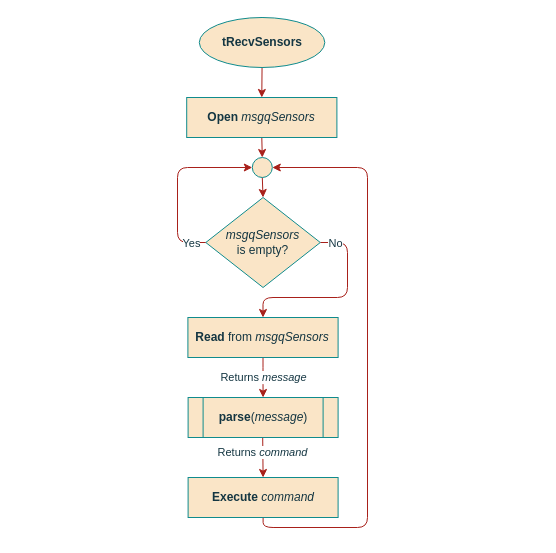
Above: page "tRecvSensors" (5 of 7) of documentation/flowcharts/02Classes/CLocalSystem.drawio in ESRGgroup9/slipad (draw.io), before the change. Source tidied: cells renumbered, new cells numbered last; positions are measured from the earlier drawing's top-left corner, leaving out a move shared by most shapes. Both pictures are drawn from the tidied source at 100%, with x=0, y=0 at pixel (177, 17).
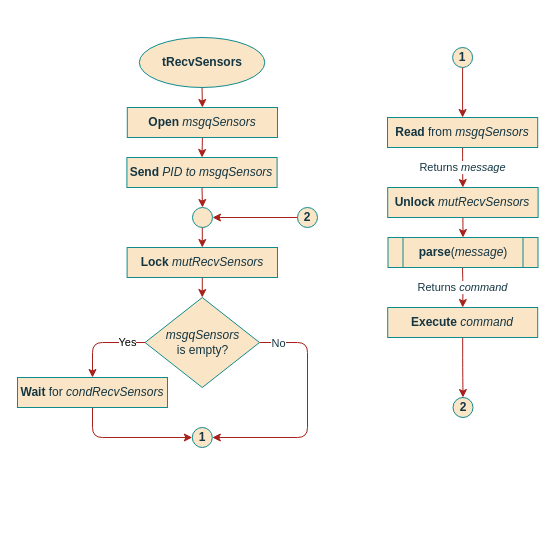
After the change.

The edit, as a diff of the source:
```diff
@@
     <mxCell id="3" value="&lt;div&gt;tRecvSensors&lt;/div&gt;" style="ellipse;whiteSpace=wrap;html=1;fillColor=#FAE5C7;strokeColor=#0F8B8D;fontColor=#143642;fontStyle=1;" parent="1" vertex="1">
-      <mxGeometry x="21.8" width="125.5" height="50" as="geometry" />
+      <mxGeometry x="-38.2" y="20" width="125.5" height="50" as="geometry" />
     </mxCell>
-    <mxCell id="4" value="Returns &lt;i&gt;message&lt;/i&gt;" style="edgeStyle=orthogonalEdgeStyle;curved=0;rounded=1;sketch=0;jettySize=auto;html=1;exitX=0.5;exitY=1;exitDx=0;exitDy=0;entryX=0.5;entryY=0;entryDx=0;entryDy=0;fontSize=11;fontColor=#143642;strokeColor=#A8201A;fillColor=#FAE5C7;" parent="1" edge="1" source="5" target="7">
+    <mxCell id="4" value="Returns &lt;i&gt;message&lt;/i&gt;" style="edgeStyle=orthogonalEdgeStyle;curved=0;rounded=1;sketch=0;jettySize=auto;html=1;exitX=0.5;exitY=1;exitDx=0;exitDy=0;entryX=0.5;entryY=0;entryDx=0;entryDy=0;fontSize=11;fontColor=#143642;strokeColor=#A8201A;fillColor=#FAE5C7;" parent="1" edge="1" source="5" target="30">
       <mxGeometry relative="1" as="geometry" />
     </mxCell>
     <mxCell id="5" value="&lt;b&gt;Read&lt;/b&gt; from &lt;i&gt;msgqSensors&lt;/i&gt;" style="rounded=0;whiteSpace=wrap;html=1;sketch=0;fontColor=#143642;strokeColor=#0F8B8D;fillColor=#FAE5C7;" parent="1" vertex="1">
-      <mxGeometry x="10.4" y="300" width="150.2" height="40" as="geometry" />
+      <mxGeometry x="210" y="100" width="150.2" height="30" as="geometry" />
     </mxCell>
     <mxCell id="6" value="Returns &lt;i&gt;command&lt;/i&gt;" style="edgeStyle=orthogonalEdgeStyle;curved=0;rounded=1;sketch=0;jettySize=auto;html=1;exitX=0.5;exitY=1;exitDx=0;exitDy=0;fontColor=#143642;strokeColor=#A8201A;fillColor=#FAE5C7;entryX=0.5;entryY=0;entryDx=0;entryDy=0;" parent="1" edge="1" target="9">
       <mxGeometry relative="1" as="geometry">
-        <mxPoint x="85.1" y="410" as="sourcePoint" />
+        <mxPoint x="285" y="250" as="sourcePoint" />
       </mxGeometry>
     </mxCell>
     <mxCell id="7" value="&lt;b&gt;parse&lt;/b&gt;(&lt;i&gt;message&lt;/i&gt;)" style="shape=process;whiteSpace=wrap;html=1;backgroundOutline=1;rounded=0;sketch=0;fontColor=#143642;strokeColor=#0F8B8D;fillColor=#FAE5C7;" parent="1" vertex="1">
-      <mxGeometry x="10.6" y="380" width="150" height="40" as="geometry" />
+      <mxGeometry x="210.5" y="220" width="150" height="30" as="geometry" />
     </mxCell>
-    <mxCell id="8" style="edgeStyle=orthogonalEdgeStyle;curved=0;rounded=1;sketch=0;jettySize=auto;html=1;exitX=0.5;exitY=1;exitDx=0;exitDy=0;entryX=1;entryY=0.5;entryDx=0;entryDy=0;fontSize=11;fontColor=#143642;strokeColor=#A8201A;fillColor=#FAE5C7;" parent="1" edge="1" source="9" target="16">
-      <mxGeometry relative="1" as="geometry">
-        <Array as="points">
-          <mxPoint x="85" y="510" />
-          <mxPoint x="190" y="510" />
-          <mxPoint x="190" y="150" />
-        </Array>
-      </mxGeometry>
-    </mxCell>
+    <mxCell id="19" style="edgeStyle=orthogonalEdgeStyle;rounded=1;jettySize=auto;html=1;exitX=0.5;exitY=1;exitDx=0;exitDy=0;entryX=0.5;entryY=0;entryDx=0;entryDy=0;strokeColor=#A8201A;" parent="1" edge="1" source="9" target="33">
+      <mxGeometry relative="1" as="geometry" />
+    </mxCell>
     <mxCell id="9" value="&lt;b&gt;Execute&lt;/b&gt; &lt;i&gt;command&lt;/i&gt;" style="rounded=0;whiteSpace=wrap;html=1;sketch=0;fontColor=#143642;strokeColor=#0F8B8D;fillColor=#FAE5C7;" parent="1" vertex="1">
-      <mxGeometry x="10.6" y="460" width="150" height="40" as="geometry" />
+      <mxGeometry x="210.2" y="290" width="150" height="30" as="geometry" />
     </mxCell>
-    <mxCell id="10" style="edgeStyle=orthogonalEdgeStyle;curved=0;rounded=1;sketch=0;jettySize=auto;html=1;exitX=1;exitY=0.5;exitDx=0;exitDy=0;fontSize=11;fontColor=#143642;strokeColor=#A8201A;fillColor=#FAE5C7;entryX=0.5;entryY=0;entryDx=0;entryDy=0;" parent="1" edge="1" source="14" target="5">
+    <mxCell id="10" style="edgeStyle=orthogonalEdgeStyle;curved=0;rounded=1;sketch=0;jettySize=auto;html=1;exitX=1;exitY=0.5;exitDx=0;exitDy=0;fontSize=11;fontColor=#143642;strokeColor=#A8201A;fillColor=#FAE5C7;entryX=1;entryY=0.5;entryDx=0;entryDy=0;" parent="1" edge="1" source="14" target="16">
       <mxGeometry relative="1" as="geometry">
         <Array as="points">
-          <mxPoint x="170" y="225" />
-          <mxPoint x="170" y="280" />
-          <mxPoint x="85" y="280" />
+          <mxPoint x="130" y="325" />
+          <mxPoint x="130" y="420" />
         </Array>
       </mxGeometry>
     </mxCell>
@@
-    <mxCell id="12" style="edgeStyle=orthogonalEdgeStyle;curved=0;rounded=1;sketch=0;jettySize=auto;html=1;exitX=0;exitY=0.5;exitDx=0;exitDy=0;entryX=0;entryY=0.5;entryDx=0;entryDy=0;fontSize=11;fontColor=#143642;strokeColor=#A8201A;fillColor=#FAE5C7;" parent="1" edge="1" source="14" target="16">
-      <mxGeometry relative="1" as="geometry">
-        <Array as="points">
-          <mxPoint y="225" />
-          <mxPoint y="150" />
-        </Array>
-      </mxGeometry>
-    </mxCell>
+    <mxCell id="20" style="edgeStyle=orthogonalEdgeStyle;rounded=1;jettySize=auto;html=1;exitX=0;exitY=0.5;exitDx=0;exitDy=0;entryX=0.5;entryY=0;entryDx=0;entryDy=0;strokeColor=#A8201A;" parent="1" edge="1" source="14" target="25">
+      <mxGeometry relative="1" as="geometry" />
+    </mxCell>
-    <mxCell id="13" value="Yes" style="edgeLabel;html=1;align=center;verticalAlign=middle;fontSize=11;fontColor=#143642;" parent="12" vertex="1">
-      <mxGeometry x="-0.89" y="-1" relative="1" as="geometry">
-        <mxPoint x="-5" y="1" as="offset" />
-      </mxGeometry>
+    <mxCell id="13" value="Yes" style="edgeLabel;html=1;align=center;verticalAlign=middle;" parent="20" vertex="1">
+      <mxGeometry x="-0.59" y="-1" relative="1" as="geometry" />
     </mxCell>
     <mxCell id="14" value="&lt;div&gt;&lt;i&gt;msgqSensors&lt;/i&gt;&lt;/div&gt;&lt;div&gt;is empty?&lt;/div&gt;" style="rhombus;whiteSpace=wrap;html=1;rounded=0;sketch=0;fontColor=#143642;strokeColor=#0F8B8D;fillColor=#FAE5C7;" parent="1" vertex="1">
-      <mxGeometry x="28.3" y="180" width="114.5" height="90" as="geometry" />
+      <mxGeometry x="-32.5" y="280" width="114.5" height="90" as="geometry" />
     </mxCell>
-    <mxCell id="15" style="edgeStyle=orthogonalEdgeStyle;curved=0;rounded=1;sketch=0;jettySize=auto;html=1;exitX=0.5;exitY=1;exitDx=0;exitDy=0;entryX=0.5;entryY=0;entryDx=0;entryDy=0;fontSize=11;fontColor=#143642;strokeColor=#A8201A;fillColor=#FAE5C7;" parent="1" edge="1" source="16" target="14">
-      <mxGeometry relative="1" as="geometry" />
-    </mxCell>
-    <mxCell id="16" style="ellipse;whiteSpace=wrap;html=1;rounded=0;sketch=0;fontColor=#143642;strokeColor=#0F8B8D;fillColor=#FAE5C7;" parent="1" vertex="1">
-      <mxGeometry x="74.8" y="140" width="20" height="20" as="geometry" />
+    <mxCell id="16" value="1" style="ellipse;whiteSpace=wrap;html=1;rounded=0;sketch=0;fontColor=#143642;strokeColor=#0F8B8D;fillColor=#FAE5C7;fontStyle=1;" parent="1" vertex="1">
+      <mxGeometry x="14.8" y="410" width="20" height="20" as="geometry" />
     </mxCell>
-    <mxCell id="17" style="edgeStyle=orthogonalEdgeStyle;curved=0;rounded=1;sketch=0;jettySize=auto;html=1;exitX=0.5;exitY=1;exitDx=0;exitDy=0;entryX=0.5;entryY=0;entryDx=0;entryDy=0;fontSize=11;fontColor=#143642;strokeColor=#A8201A;fillColor=#FAE5C7;" parent="1" edge="1" source="18" target="16">
+    <mxCell id="17" style="edgeStyle=orthogonalEdgeStyle;curved=0;rounded=1;sketch=0;jettySize=auto;html=1;exitX=0.5;exitY=1;exitDx=0;exitDy=0;fontSize=11;fontColor=#143642;strokeColor=#A8201A;fillColor=#FAE5C7;entryX=0.5;entryY=0;entryDx=0;entryDy=0;" parent="1" edge="1" source="18" target="22">
       <mxGeometry relative="1" as="geometry" />
     </mxCell>
     <mxCell id="18" value="&lt;b&gt;Open &lt;/b&gt;&lt;i&gt;msgqSensors&lt;/i&gt;" style="rounded=0;whiteSpace=wrap;html=1;sketch=0;fontColor=#143642;strokeColor=#0F8B8D;fillColor=#FAE5C7;" parent="1" vertex="1">
-      <mxGeometry x="9.2" y="80" width="150.2" height="40" as="geometry" />
+      <mxGeometry x="-50.2" y="90" width="150.2" height="30" as="geometry" />
     </mxCell>
+    <mxCell id="21" style="edgeStyle=orthogonalEdgeStyle;rounded=1;jettySize=auto;html=1;exitX=0.5;exitY=1;exitDx=0;exitDy=0;entryX=0.5;entryY=0;entryDx=0;entryDy=0;strokeColor=#A8201A;" parent="1" edge="1" source="22" target="28">
+      <mxGeometry relative="1" as="geometry" />
+    </mxCell>
+    <mxCell id="22" value="&lt;b&gt;Send &lt;/b&gt;&lt;i&gt;PID to msgqSensors&lt;/i&gt;" style="rounded=0;whiteSpace=wrap;html=1;sketch=0;fontColor=#143642;strokeColor=#0F8B8D;fillColor=#FAE5C7;" parent="1" vertex="1">
+      <mxGeometry x="-50.6" y="140" width="150.2" height="30" as="geometry" />
+    </mxCell>
+    <mxCell id="23" style="edgeStyle=orthogonalEdgeStyle;curved=0;rounded=1;sketch=0;jettySize=auto;html=1;fontFamily=Helvetica;fontColor=#143642;strokeColor=#A8201A;fillColor=#FAE5C7;entryX=0.5;entryY=0;entryDx=0;entryDy=0;" parent="1" edge="1" target="27">
+      <mxGeometry relative="1" as="geometry">
+        <mxPoint x="24.8" y="210" as="sourcePoint" />
+      </mxGeometry>
+    </mxCell>
+    <mxCell id="24" style="edgeStyle=orthogonalEdgeStyle;rounded=1;jettySize=auto;html=1;exitX=0.5;exitY=1;exitDx=0;exitDy=0;entryX=0;entryY=0.5;entryDx=0;entryDy=0;strokeColor=#A8201A;" parent="1" edge="1" source="25" target="16">
+      <mxGeometry relative="1" as="geometry" />
+    </mxCell>
+    <mxCell id="25" value="&lt;b&gt;Wait&lt;/b&gt; for &lt;i&gt;condRecvSensors&lt;/i&gt;" style="rounded=0;whiteSpace=wrap;html=1;sketch=0;fontColor=#143642;strokeColor=#0F8B8D;fillColor=#FAE5C7;" parent="1" vertex="1">
+      <mxGeometry x="-160" y="360" width="150" height="30" as="geometry" />
+    </mxCell>
+    <mxCell id="26" style="edgeStyle=orthogonalEdgeStyle;rounded=1;jettySize=auto;html=1;exitX=0.5;exitY=1;exitDx=0;exitDy=0;entryX=0.5;entryY=0;entryDx=0;entryDy=0;fontFamily=Helvetica;strokeColor=#A8201A;" parent="1" edge="1" source="27" target="14">
+      <mxGeometry relative="1" as="geometry" />
+    </mxCell>
+    <mxCell id="27" value="&lt;b&gt;Lock&lt;/b&gt; &lt;i&gt;mutRecvSensors&lt;/i&gt;" style="rounded=0;whiteSpace=wrap;html=1;sketch=0;fontColor=#143642;strokeColor=#0F8B8D;fillColor=#FAE5C7;fontFamily=Helvetica;" parent="1" vertex="1">
+      <mxGeometry x="-50.4" y="230" width="150.4" height="30" as="geometry" />
+    </mxCell>
+    <mxCell id="28" style="ellipse;whiteSpace=wrap;html=1;rounded=0;sketch=0;fontColor=#143642;strokeColor=#0F8B8D;fillColor=#FAE5C7;" parent="1" vertex="1">
+      <mxGeometry x="15" y="190" width="20" height="20" as="geometry" />
+    </mxCell>
+    <mxCell id="29" style="edgeStyle=orthogonalEdgeStyle;rounded=1;jettySize=auto;html=1;exitX=0.5;exitY=1;exitDx=0;exitDy=0;entryX=0.5;entryY=0;entryDx=0;entryDy=0;strokeColor=#A8201A;" parent="1" edge="1" source="30" target="7">
+      <mxGeometry relative="1" as="geometry" />
+    </mxCell>
+    <mxCell id="30" value="&lt;b&gt;Unlock&lt;/b&gt; &lt;i&gt;mutRecvSensors&lt;/i&gt;" style="rounded=0;whiteSpace=wrap;html=1;sketch=0;fontColor=#143642;strokeColor=#0F8B8D;fillColor=#FAE5C7;fontFamily=Helvetica;" parent="1" vertex="1">
+      <mxGeometry x="210.2" y="170" width="150.4" height="30" as="geometry" />
+    </mxCell>
+    <mxCell id="31" style="edgeStyle=orthogonalEdgeStyle;rounded=1;jettySize=auto;html=1;exitX=0.5;exitY=1;exitDx=0;exitDy=0;entryX=0.5;entryY=0;entryDx=0;entryDy=0;strokeColor=#A8201A;" parent="1" edge="1" source="32" target="5">
+      <mxGeometry relative="1" as="geometry" />
+    </mxCell>
+    <mxCell id="32" value="1" style="ellipse;whiteSpace=wrap;html=1;rounded=0;sketch=0;fontColor=#143642;strokeColor=#0F8B8D;fillColor=#FAE5C7;fontStyle=1;" parent="1" vertex="1">
+      <mxGeometry x="275.1" y="30" width="20" height="20" as="geometry" />
+    </mxCell>
+    <mxCell id="33" value="2" style="ellipse;whiteSpace=wrap;html=1;rounded=0;sketch=0;fontColor=#143642;strokeColor=#0F8B8D;fillColor=#FAE5C7;fontStyle=1;" parent="1" vertex="1">
+      <mxGeometry x="275.5" y="380" width="20" height="20" as="geometry" />
+    </mxCell>
+    <mxCell id="34" style="edgeStyle=orthogonalEdgeStyle;rounded=1;jettySize=auto;html=1;strokeColor=#A8201A;" parent="1" edge="1" source="35" target="28">
+      <mxGeometry relative="1" as="geometry" />
+    </mxCell>
+    <mxCell id="35" value="2" style="ellipse;whiteSpace=wrap;html=1;rounded=0;sketch=0;fontColor=#143642;strokeColor=#0F8B8D;fillColor=#FAE5C7;fontStyle=1;" parent="1" vertex="1">
+      <mxGeometry x="120" y="190" width="20" height="20" as="geometry" />
+    </mxCell>
```
